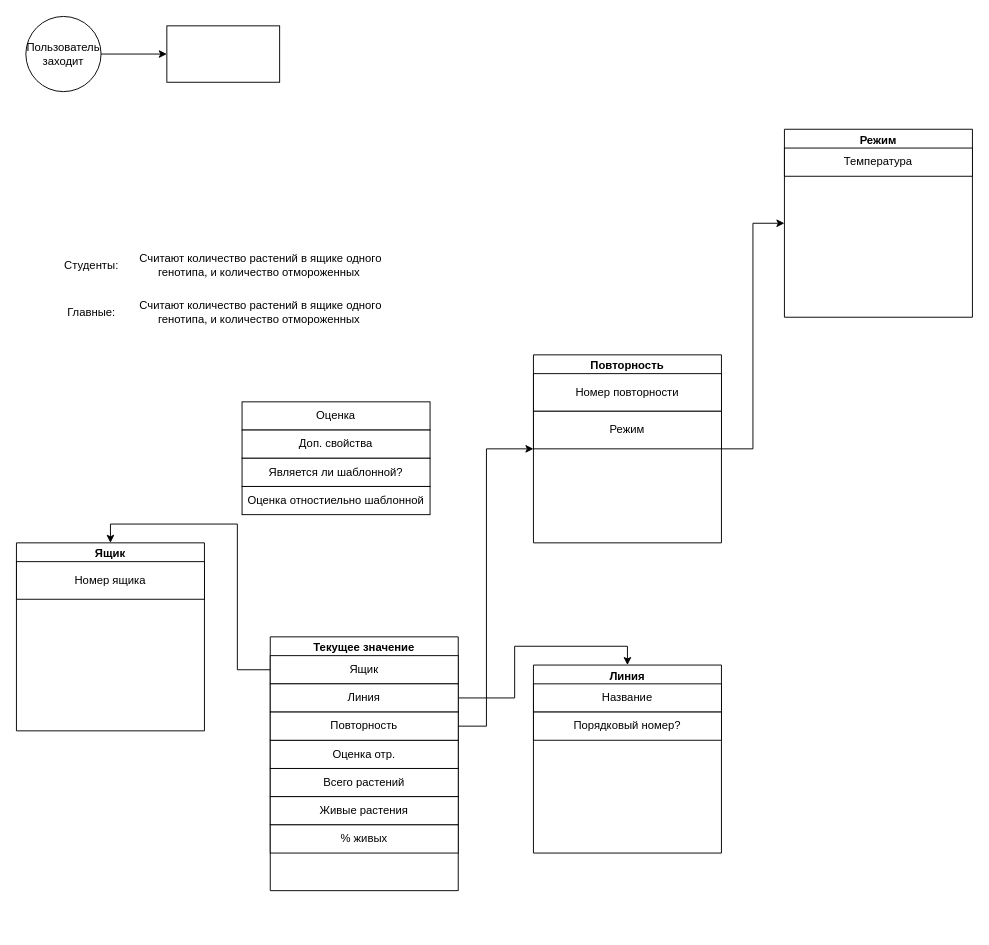
The draw.io diagram BPMN-НЦЗ (1).drawio in Ctfy21/rest-api-phenopro, before the edit. Source tidied: cells renumbered, new cells numbered last; positions are measured from the earlier drawing's top-left corner, leaving out a move shared by most shapes. Both pictures are drawn from the tidied source at 94%, with x=0, y=0 at pixel (16, 16).
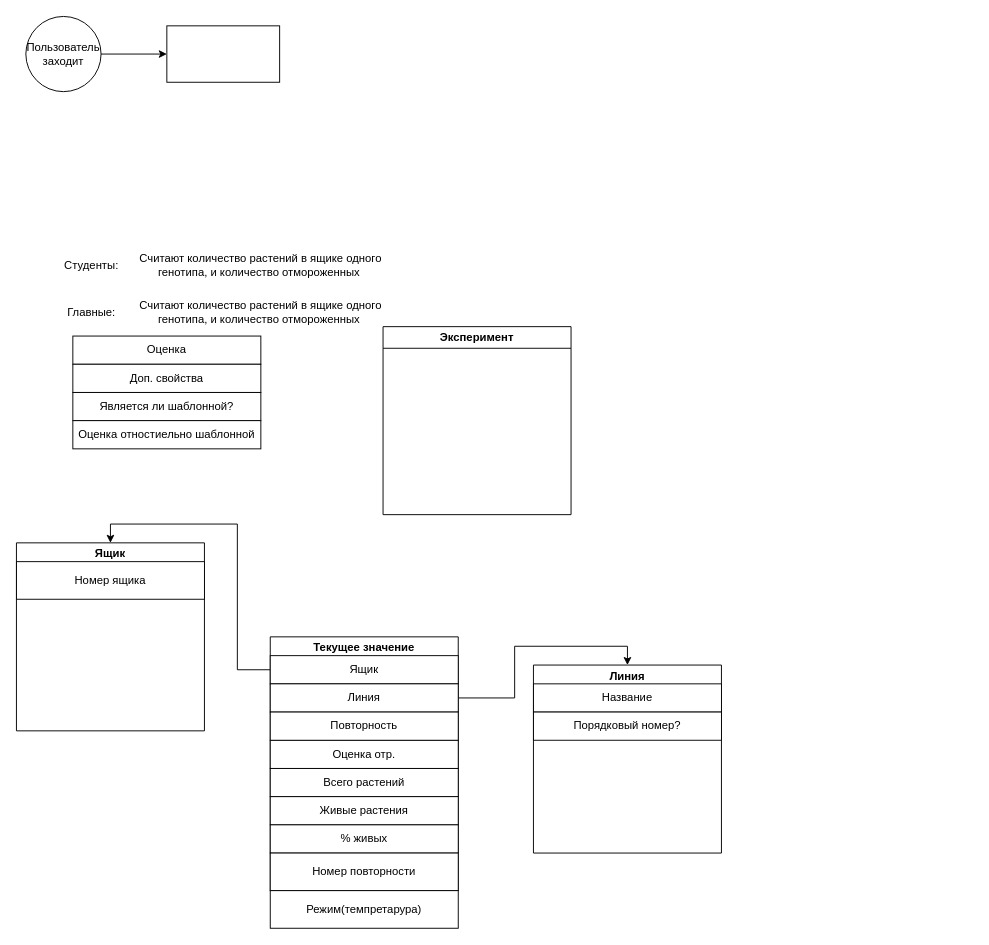
After the change.

The change refers to these unchanged cells:
```xml
<mxCell id="16" value="Текущее значение" style="swimlane;whiteSpace=wrap;html=1;" parent="1" vertex="1">
  <mxGeometry x="270" y="660" width="200" height="270" as="geometry" />
</mxCell>
<mxCell id="23" value="Повторность" style="rounded=0;whiteSpace=wrap;html=1;" parent="16" vertex="1">
  <mxGeometry y="80" width="200" height="30" as="geometry" />
</mxCell>
```

Change to the diagram source:
```diff
@@
-    <mxCell id="24" style="edgeStyle=orthogonalEdgeStyle;rounded=0;jettySize=auto;html=1;entryX=0;entryY=0.5;entryDx=0;entryDy=0;" parent="1" edge="1" source="25" target="29">
-      <mxGeometry relative="1" as="geometry" />
-    </mxCell>
-    <mxCell id="25" value="Повторность" style="swimlane;whiteSpace=wrap;html=1;" parent="1" vertex="1">
-      <mxGeometry x="550" y="360" width="200" height="200" as="geometry" />
-    </mxCell>
-    <mxCell id="26" value="Номер повторности" style="rounded=0;whiteSpace=wrap;html=1;" parent="25" vertex="1">
-      <mxGeometry y="20" width="200" height="40" as="geometry" />
+    <mxCell id="26" value="Номер повторности" style="rounded=0;whiteSpace=wrap;html=1;" parent="16" vertex="1">
+      <mxGeometry y="230" width="200" height="40" as="geometry" />
     </mxCell>
-    <mxCell id="27" value="Режим" style="rounded=0;whiteSpace=wrap;html=1;" parent="25" vertex="1">
-      <mxGeometry y="60" width="200" height="40" as="geometry" />
-    </mxCell>
-    <mxCell id="28" style="edgeStyle=orthogonalEdgeStyle;rounded=0;jettySize=auto;html=1;entryX=0;entryY=0.5;entryDx=0;entryDy=0;" parent="1" edge="1" source="23" target="25">
-      <mxGeometry relative="1" as="geometry">
-        <Array as="points">
-          <mxPoint x="500" y="755" />
-          <mxPoint x="500" y="460" />
-        </Array>
-      </mxGeometry>
-    </mxCell>
-    <mxCell id="29" value="Режим" style="swimlane;whiteSpace=wrap;html=1;" parent="1" vertex="1">
-      <mxGeometry x="817" y="120" width="200" height="200" as="geometry" />
-    </mxCell>
-    <mxCell id="30" value="Температура" style="rounded=0;whiteSpace=wrap;html=1;" parent="29" vertex="1">
-      <mxGeometry y="20" width="200" height="30" as="geometry" />
-    </mxCell>
     <mxCell id="31" value="Оценка" style="rounded=0;whiteSpace=wrap;html=1;" parent="1" vertex="1">
-      <mxGeometry x="240" y="410" width="200" height="30" as="geometry" />
+      <mxGeometry x="60" y="340" width="200" height="30" as="geometry" />
     </mxCell>
     <mxCell id="32" value="Доп. свойства" style="rounded=0;whiteSpace=wrap;html=1;" parent="1" vertex="1">
-      <mxGeometry x="240" y="440" width="200" height="30" as="geometry" />
+      <mxGeometry x="60" y="370" width="200" height="30" as="geometry" />
     </mxCell>
     <mxCell id="33" value="Является ли шаблонной?" style="rounded=0;whiteSpace=wrap;html=1;" parent="1" vertex="1">
-      <mxGeometry x="240" y="470" width="200" height="30" as="geometry" />
+      <mxGeometry x="60" y="400" width="200" height="30" as="geometry" />
     </mxCell>
     <mxCell id="34" value="Оценка отностиельно шаблонной" style="rounded=0;whiteSpace=wrap;html=1;" parent="1" vertex="1">
-      <mxGeometry x="240" y="500" width="200" height="30" as="geometry" />
+      <mxGeometry x="60" y="430" width="200" height="30" as="geometry" />
     </mxCell>
+    <mxCell id="27" value="Режим(темпретарура)" style="rounded=0;whiteSpace=wrap;html=1;" parent="1" vertex="1">
+      <mxGeometry x="270" y="930" width="200" height="40" as="geometry" />
+    </mxCell>
+    <mxCell id="35" value="Эксперимент" style="swimlane;whiteSpace=wrap;html=1;" parent="1" vertex="1">
+      <mxGeometry x="390" y="330" width="200" height="200" as="geometry" />
+    </mxCell>
```
